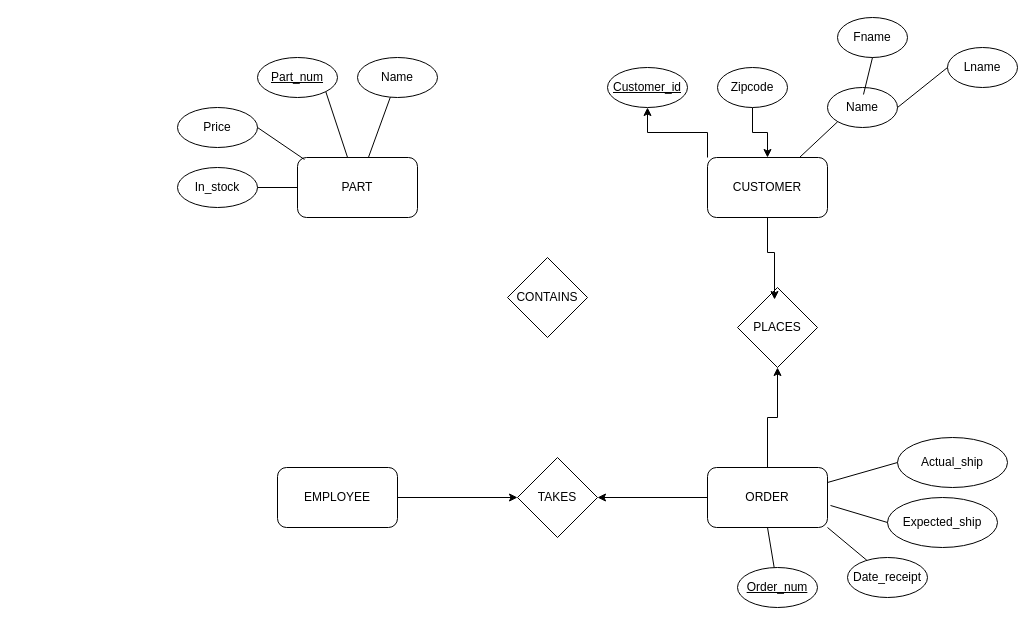
This is Untitled Diagram.drawio from MigLyons/Draw.io, a draw.io file, before an edit. Source tidied: cells renumbered, new cells numbered last; positions are measured from the earlier drawing's top-left corner, leaving out a move shared by most shapes. Both pictures are drawn from the tidied source at 100%, with x=0, y=0 at pixel (177, 17).
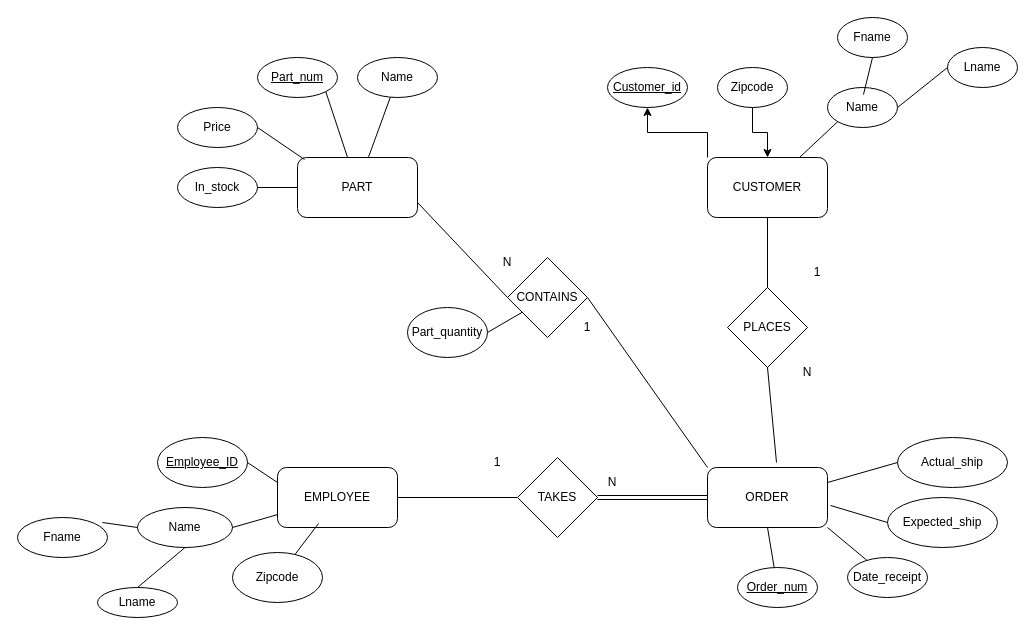
Above is the later version.

Unchanged cells that the change refers to:
```xml
<mxCell id="3" value="&lt;div&gt;EMPLOYEE&lt;/div&gt;" style="rounded=1;whiteSpace=wrap;html=1;" parent="1" vertex="1">
  <mxGeometry x="100" y="450" width="120" height="60" as="geometry" />
</mxCell>
<mxCell id="5" value="CUSTOMER" style="rounded=1;whiteSpace=wrap;html=1;" parent="1" vertex="1">
  <mxGeometry x="530" y="140" width="120" height="60" as="geometry" />
</mxCell>
<mxCell id="6" value="PART" style="rounded=1;whiteSpace=wrap;html=1;" parent="1" vertex="1">
  <mxGeometry x="120" y="140" width="120" height="60" as="geometry" />
</mxCell>
<mxCell id="9" value="ORDER" style="rounded=1;whiteSpace=wrap;html=1;" parent="1" vertex="1">
  <mxGeometry x="530" y="450" width="120" height="60" as="geometry" />
</mxCell>
<mxCell id="11" value="TAKES" style="rhombus;whiteSpace=wrap;html=1;" parent="1" vertex="1">
  <mxGeometry x="340" y="440" width="80" height="80" as="geometry" />
</mxCell>
<mxCell id="26" value="CONTAINS" style="rhombus;whiteSpace=wrap;html=1;" parent="1" vertex="1">
  <mxGeometry x="330" y="240" width="80" height="80" as="geometry" />
</mxCell>
```

The edit, as a diff of the source:
```diff
@@
-    <mxCell id="2" style="edgeStyle=orthogonalEdgeStyle;rounded=0;jettySize=auto;html=1;entryX=0;entryY=0.5;entryDx=0;entryDy=0;" parent="1" edge="1" source="3" target="11">
-      <mxGeometry relative="1" as="geometry" />
-    </mxCell>
@@
-    <mxCell id="7" style="edgeStyle=orthogonalEdgeStyle;rounded=0;jettySize=auto;html=1;entryX=1;entryY=0.5;entryDx=0;entryDy=0;" parent="1" edge="1" source="9" target="11">
-      <mxGeometry relative="1" as="geometry" />
-    </mxCell>
-    <mxCell id="8" style="edgeStyle=orthogonalEdgeStyle;rounded=0;jettySize=auto;html=1;entryX=0.5;entryY=1;entryDx=0;entryDy=0;" parent="1" edge="1" source="9" target="10">
-      <mxGeometry relative="1" as="geometry" />
-    </mxCell>
@@
     <mxCell id="10" value="PLACES " style="rhombus;whiteSpace=wrap;html=1;" parent="1" vertex="1">
-      <mxGeometry x="560" y="270" width="80" height="80" as="geometry" />
+      <mxGeometry x="550" y="270" width="80" height="80" as="geometry" />
     </mxCell>
@@
-    <mxCell id="12" style="edgeStyle=orthogonalEdgeStyle;rounded=0;jettySize=auto;html=1;entryX=0.463;entryY=0.15;entryDx=0;entryDy=0;entryPerimeter=0;" parent="1" edge="1" source="5" target="10">
-      <mxGeometry relative="1" as="geometry" />
-    </mxCell>
@@
+    <mxCell id="39" value="Zipcode" style="ellipse;whiteSpace=wrap;html=1;" parent="1" vertex="1">
+      <mxGeometry x="55" y="535" width="90" height="50" as="geometry" />
+    </mxCell>
+    <mxCell id="40" value="Lname" style="ellipse;whiteSpace=wrap;html=1;" parent="1" vertex="1">
+      <mxGeometry x="-80" y="570" width="80" height="30" as="geometry" />
+    </mxCell>
+    <mxCell id="41" value="Fname" style="ellipse;whiteSpace=wrap;html=1;" parent="1" vertex="1">
+      <mxGeometry x="-160" y="500" width="90" height="40" as="geometry" />
+    </mxCell>
+    <mxCell id="42" value="Name" style="ellipse;whiteSpace=wrap;html=1;" parent="1" vertex="1">
+      <mxGeometry x="-40" y="490" width="95" height="40" as="geometry" />
+    </mxCell>
+    <mxCell id="43" value="&lt;u&gt;Employee_ID&lt;/u&gt;" style="ellipse;whiteSpace=wrap;html=1;" parent="1" vertex="1">
+      <mxGeometry x="-20" y="420" width="90" height="50" as="geometry" />
+    </mxCell>
+    <mxCell id="44" style="endArrow=none;html=1;rounded=0;exitX=1;exitY=0.5;exitDx=0;exitDy=0;entryX=0;entryY=0.25;entryDx=0;entryDy=0;" parent="1" edge="1" source="43" target="3">
+      <mxGeometry relative="1" as="geometry" />
+    </mxCell>
+    <mxCell id="45" style="endArrow=none;html=1;rounded=0;entryX=0.342;entryY=0.933;entryDx=0;entryDy=0;entryPerimeter=0;" parent="1" edge="1" source="39" target="3">
+      <mxGeometry relative="1" as="geometry" />
+    </mxCell>
+    <mxCell id="46" style="endArrow=none;html=1;rounded=0;exitX=1;exitY=0.5;exitDx=0;exitDy=0;" parent="1" edge="1" source="42" target="3">
+      <mxGeometry relative="1" as="geometry" />
+    </mxCell>
+    <mxCell id="47" style="endArrow=none;html=1;rounded=0;exitX=0.944;exitY=0.125;exitDx=0;exitDy=0;exitPerimeter=0;entryX=0;entryY=0.5;entryDx=0;entryDy=0;" parent="1" edge="1" source="41" target="42">
+      <mxGeometry relative="1" as="geometry" />
+    </mxCell>
+    <mxCell id="48" style="endArrow=none;html=1;rounded=0;exitX=0.5;exitY=0;exitDx=0;exitDy=0;entryX=0.5;entryY=1;entryDx=0;entryDy=0;" parent="1" edge="1" source="40" target="42">
+      <mxGeometry relative="1" as="geometry" />
+    </mxCell>
+    <mxCell id="49" style="endArrow=none;html=1;rounded=0;entryX=0;entryY=0;entryDx=0;entryDy=0;exitX=1;exitY=0.5;exitDx=0;exitDy=0;" parent="1" edge="1" source="26" target="9">
+      <mxGeometry relative="1" as="geometry" />
+    </mxCell>
+    <mxCell id="50" style="endArrow=none;html=1;rounded=0;entryX=1;entryY=0.75;entryDx=0;entryDy=0;exitX=0;exitY=0.5;exitDx=0;exitDy=0;" parent="1" edge="1" source="26" target="6">
+      <mxGeometry relative="1" as="geometry" />
+    </mxCell>
+    <mxCell id="51" style="endArrow=none;html=1;rounded=0;entryX=0;entryY=0.5;entryDx=0;entryDy=0;exitX=0.25;exitY=1;exitDx=0;exitDy=0;shape=link;" parent="1" edge="1" source="58" target="9">
+      <mxGeometry relative="1" as="geometry" />
+    </mxCell>
+    <mxCell id="8" style="endArrow=none;html=1;rounded=0;entryX=0.5;entryY=1;entryDx=0;entryDy=0;exitX=0.575;exitY=-0.083;exitDx=0;exitDy=0;exitPerimeter=0;" parent="1" edge="1" source="9" target="10">
+      <mxGeometry relative="1" as="geometry" />
+    </mxCell>
+    <mxCell id="52" style="endArrow=none;html=1;rounded=0;entryX=0.5;entryY=1;entryDx=0;entryDy=0;exitX=0.5;exitY=0;exitDx=0;exitDy=0;" parent="1" edge="1" source="10" target="5">
+      <mxGeometry relative="1" as="geometry" />
+    </mxCell>
+    <mxCell id="53" value="N" style="text;html=1;align=center;verticalAlign=middle;whiteSpace=wrap;rounded=0;" parent="1" vertex="1">
+      <mxGeometry x="600" y="340" width="60" height="30" as="geometry" />
+    </mxCell>
+    <mxCell id="54" value="1" style="text;html=1;align=center;verticalAlign=middle;whiteSpace=wrap;rounded=0;" parent="1" vertex="1">
+      <mxGeometry x="610" y="240" width="60" height="30" as="geometry" />
+    </mxCell>
+    <mxCell id="55" value="1" style="text;html=1;align=center;verticalAlign=middle;whiteSpace=wrap;rounded=0;" parent="1" vertex="1">
+      <mxGeometry x="380" y="295" width="60" height="30" as="geometry" />
+    </mxCell>
+    <mxCell id="56" value="N" style="text;html=1;align=center;verticalAlign=middle;whiteSpace=wrap;rounded=0;" parent="1" vertex="1">
+      <mxGeometry x="300" y="230" width="60" height="30" as="geometry" />
+    </mxCell>
+    <mxCell id="57" style="endArrow=none;html=1;rounded=0;entryX=0;entryY=0.5;entryDx=0;entryDy=0;exitX=1;exitY=0.5;exitDx=0;exitDy=0;" parent="1" edge="1" source="11" target="58">
+      <mxGeometry relative="1" as="geometry" />
+    </mxCell>
+    <mxCell id="58" value="N" style="text;html=1;align=center;verticalAlign=middle;whiteSpace=wrap;rounded=0;" parent="1" vertex="1">
+      <mxGeometry x="405" y="450" width="60" height="30" as="geometry" />
+    </mxCell>
+    <mxCell id="59" style="endArrow=none;html=1;rounded=0;exitX=1;exitY=0.5;exitDx=0;exitDy=0;" parent="1" edge="1" source="3">
+      <mxGeometry relative="1" as="geometry">
+        <mxPoint x="340" y="480" as="targetPoint" />
+      </mxGeometry>
+    </mxCell>
+    <mxCell id="60" value="1" style="text;html=1;align=center;verticalAlign=middle;whiteSpace=wrap;rounded=0;" parent="1" vertex="1">
+      <mxGeometry x="290" y="430" width="60" height="30" as="geometry" />
+    </mxCell>
+    <mxCell id="61" value="Part_quantity" style="ellipse;whiteSpace=wrap;html=1;" parent="1" vertex="1">
+      <mxGeometry x="230" y="290" width="80" height="50" as="geometry" />
+    </mxCell>
+    <mxCell id="62" style="endArrow=none;html=1;rounded=0;exitX=1;exitY=0.5;exitDx=0;exitDy=0;" parent="1" edge="1" source="61" target="26">
+      <mxGeometry relative="1" as="geometry" />
+    </mxCell>
```
